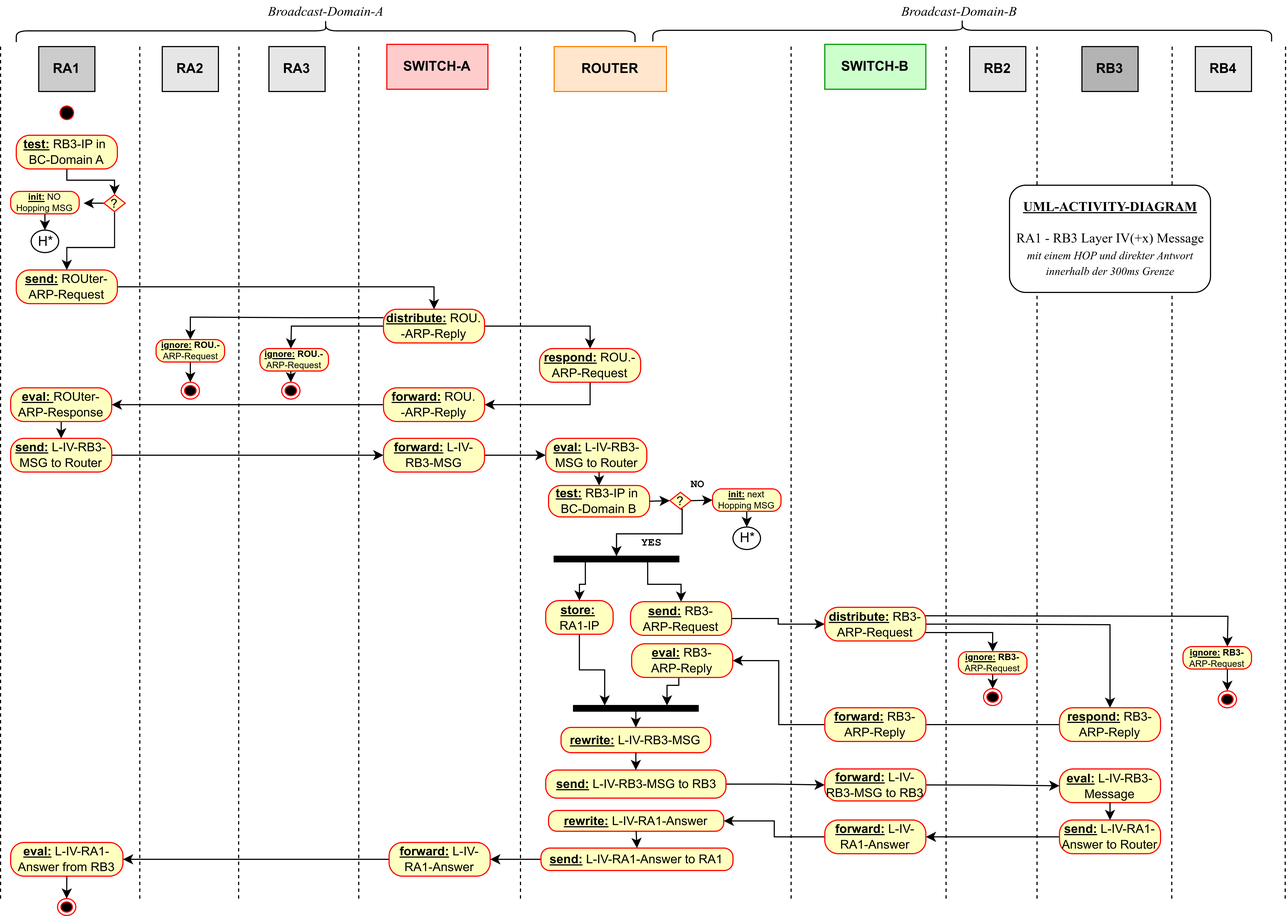
pro-tirone-computatri/protico.ltx keeps this draw.io diagram as sources/lf.09/img.lf/arp-switch-router-hopping-activity.png. Above is the earlier version. Source tidied: cells renumbered, new cells last; positions are measured from the earlier drawing's top-left corner, leaving out a move shared by most shapes.
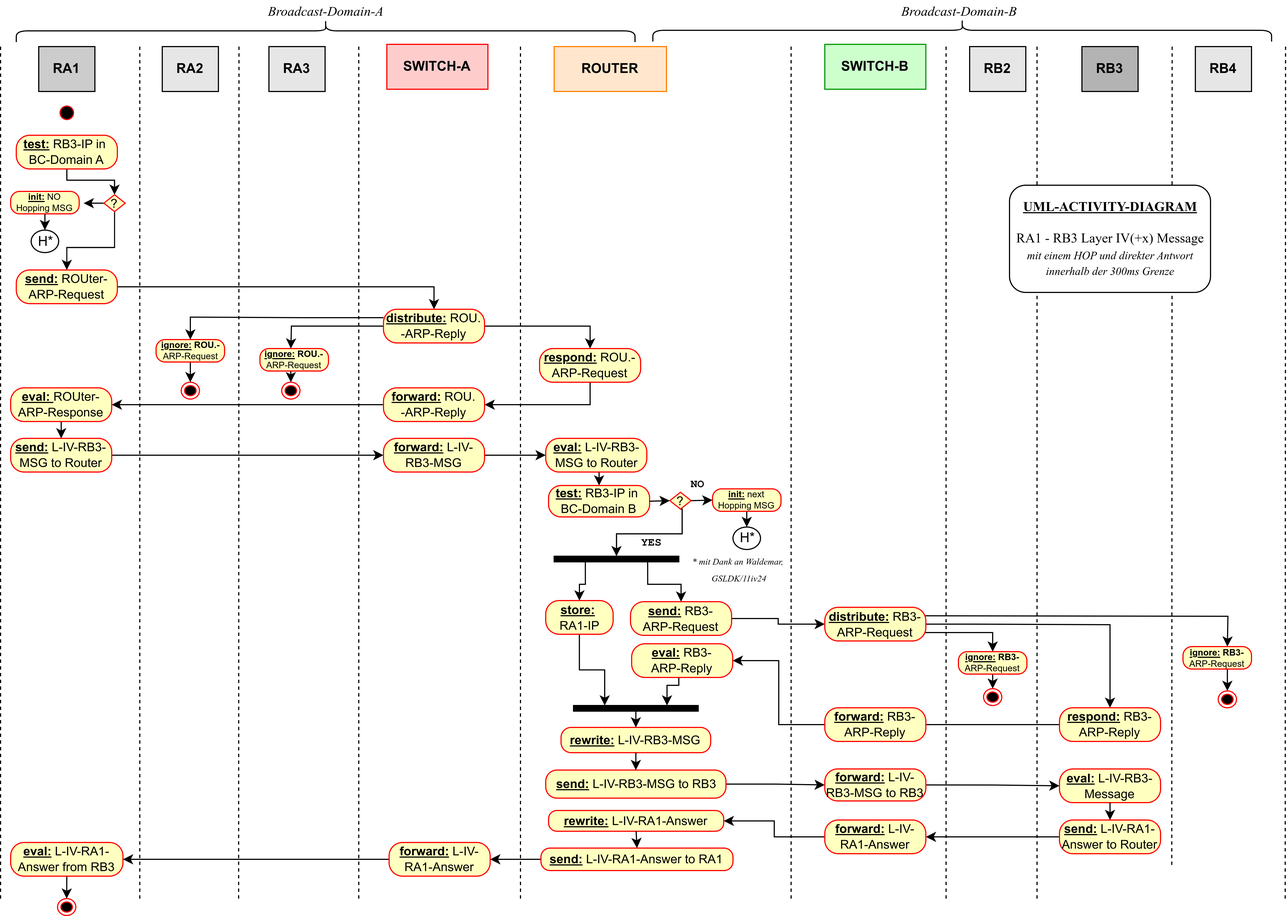
After the change.

What changed in the source:
```diff
@@ -79,7 +79,7 @@
     </mxCell>
     <mxCell id="19" style="endArrow=none;dashed=1;html=1;rounded=0;" parent="1" edge="1">
       <mxGeometry relative="1" as="geometry">
-        <mxPoint x="1043" y="1049" as="sourcePoint" />
+        <mxPoint x="1043" y="1019" as="sourcePoint" />
         <mxPoint x="1043.3" y="290" as="targetPoint" />
       </mxGeometry>
     </mxCell>
@@ -417,5 +417,8 @@
     <mxCell id="114" style="endArrow=classic;html=1;rounded=0;exitX=0.5;exitY=1;exitDx=0;exitDy=0;entryX=0.5;entryY=0;entryDx=0;entryDy=0;" parent="1" edge="1" source="68" target="70">
       <mxGeometry relative="1" as="geometry" />
     </mxCell>
+    <mxCell id="115" value="&lt;font style=&quot;font-size: 8px;&quot; face=&quot;Garamond&quot;&gt;&lt;i style=&quot;&quot;&gt;* mit Dank an Waldemar&lt;span style=&quot;background-color: initial;&quot;&gt;,&amp;nbsp;&lt;/span&gt;&lt;/i&gt;&lt;/font&gt;&lt;div&gt;&lt;font style=&quot;font-size: 8px;&quot; face=&quot;Garamond&quot;&gt;&lt;i style=&quot;&quot;&gt;&lt;span style=&quot;background-color: initial;&quot;&gt;GSLDK/11iv24&lt;/span&gt;&lt;/i&gt;&lt;/font&gt;&lt;/div&gt;" style="text;html=1;align=center;verticalAlign=middle;whiteSpace=wrap;rounded=0;" parent="1" vertex="1">
+      <mxGeometry x="615" y="741" width="86" height="28" as="geometry" />
+    </mxCell>
   </root>
 </mxGraphModel>
```
